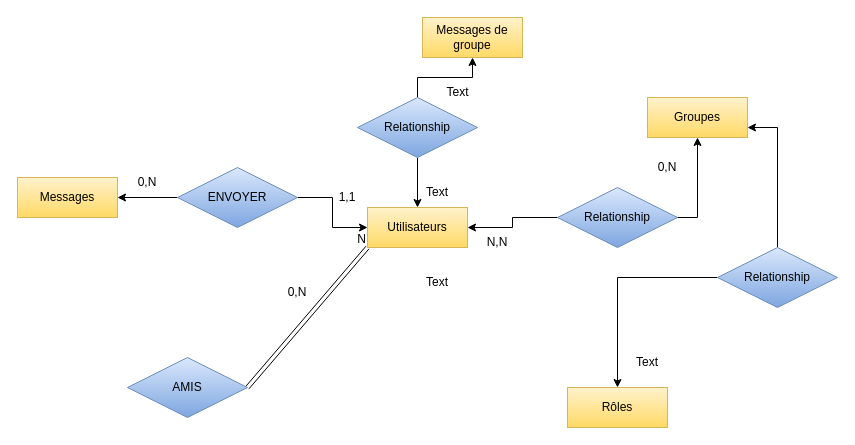
Before: Diagramme sans nom.drawio in vsilvanska/examen-info-2023, a draw.io diagram. Source tidied: cells renumbered, new cells numbered last; positions are measured from the earlier drawing's top-left corner, leaving out a move shared by most shapes. Both pictures are drawn from the tidied source at 100%, with x=0, y=0 at pixel (17, 17).
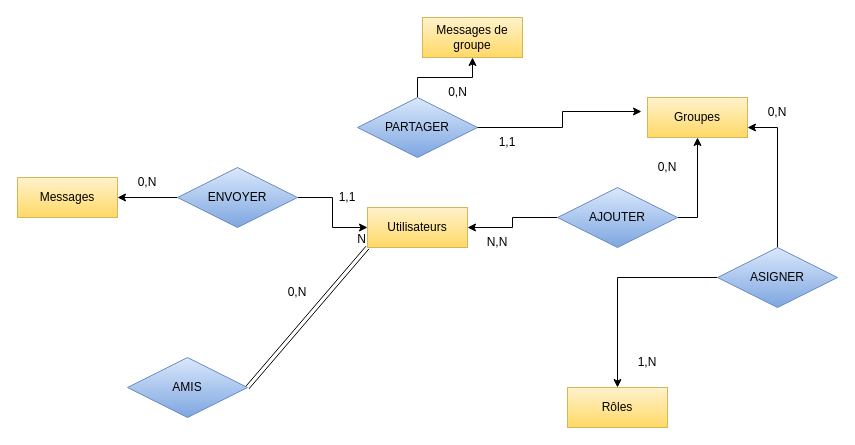
The same page after the edit.

Commit message:
Mettre à jour Diagramme sans nom.drawio

Unchanged cells that the change refers to:
```xml
<mxCell id="2" value="Utilisateurs" style="whiteSpace=wrap;html=1;align=center;fillColor=#fff2cc;strokeColor=#d6b656;gradientColor=#ffd966;" parent="1" vertex="1">
  <mxGeometry x="350" y="190" width="100" height="40" as="geometry" />
</mxCell>
<mxCell id="3" value="Groupes" style="whiteSpace=wrap;html=1;align=center;fillColor=#fff2cc;strokeColor=#d6b656;gradientColor=#ffd966;" parent="1" vertex="1">
  <mxGeometry x="630" y="80" width="100" height="40" as="geometry" />
</mxCell>
```

Change to the diagram source:
```diff
@@
-    <mxCell id="10" value="Relationship" style="shape=rhombus;perimeter=rhombusPerimeter;whiteSpace=wrap;html=1;align=center;fillColor=#dae8fc;strokeColor=#6c8ebf;gradientColor=#7ea6e0;" parent="1" vertex="1">
+    <mxCell id="10" value="ASIGNER" style="shape=rhombus;perimeter=rhombusPerimeter;whiteSpace=wrap;html=1;align=center;fillColor=#dae8fc;strokeColor=#6c8ebf;gradientColor=#7ea6e0;" parent="1" vertex="1">
       <mxGeometry x="700" y="230" width="120" height="60" as="geometry" />
     </mxCell>
@@
-    <mxCell id="13" value="Relationship" style="shape=rhombus;perimeter=rhombusPerimeter;whiteSpace=wrap;html=1;align=center;fillColor=#dae8fc;strokeColor=#6c8ebf;gradientColor=#7ea6e0;" parent="1" vertex="1">
+    <mxCell id="13" value="AJOUTER" style="shape=rhombus;perimeter=rhombusPerimeter;whiteSpace=wrap;html=1;align=center;fillColor=#dae8fc;strokeColor=#6c8ebf;gradientColor=#7ea6e0;" parent="1" vertex="1">
       <mxGeometry x="540" y="170" width="120" height="60" as="geometry" />
     </mxCell>
-    <mxCell id="14" style="edgeStyle=orthogonalEdgeStyle;rounded=0;jettySize=auto;html=1;exitX=0.5;exitY=1;exitDx=0;exitDy=0;entryX=0.5;entryY=0;entryDx=0;entryDy=0;" parent="1" edge="1" source="16" target="2">
-      <mxGeometry relative="1" as="geometry" />
-    </mxCell>
@@
-    <mxCell id="16" value="Relationship" style="shape=rhombus;perimeter=rhombusPerimeter;whiteSpace=wrap;html=1;align=center;fillColor=#dae8fc;strokeColor=#6c8ebf;gradientColor=#7ea6e0;" parent="1" vertex="1">
+    <mxCell id="16" value="PARTAGER" style="shape=rhombus;perimeter=rhombusPerimeter;whiteSpace=wrap;html=1;align=center;fillColor=#dae8fc;strokeColor=#6c8ebf;gradientColor=#7ea6e0;" parent="1" vertex="1">
       <mxGeometry x="340" y="80" width="120" height="60" as="geometry" />
     </mxCell>
@@
-    <mxCell id="20" value="Text" style="text;html=1;align=center;verticalAlign=middle;strokeColor=none;fillColor=none;" parent="1" vertex="1">
-      <mxGeometry x="415" y="60" width="50" height="30" as="geometry" />
+    <mxCell id="20" value="0,N" style="text;html=1;align=center;verticalAlign=middle;strokeColor=none;fillColor=none;" parent="1" vertex="1">
+      <mxGeometry x="420" y="60" width="40" height="30" as="geometry" />
     </mxCell>
-    <mxCell id="21" value="Text" style="text;html=1;strokeColor=none;fillColor=none;align=center;verticalAlign=middle;whiteSpace=wrap;rounded=0;" parent="1" vertex="1">
-      <mxGeometry x="390" y="250" width="60" height="30" as="geometry" />
+    <mxCell id="21" value="0,N" style="text;html=1;strokeColor=none;fillColor=none;align=center;verticalAlign=middle;whiteSpace=wrap;rounded=0;" parent="1" vertex="1">
+      <mxGeometry x="730" y="80" width="60" height="30" as="geometry" />
     </mxCell>
-    <mxCell id="22" value="Text" style="text;html=1;strokeColor=none;fillColor=none;align=center;verticalAlign=middle;whiteSpace=wrap;rounded=0;" parent="1" vertex="1">
+    <mxCell id="22" value="1,N" style="text;html=1;strokeColor=none;fillColor=none;align=center;verticalAlign=middle;whiteSpace=wrap;rounded=0;" parent="1" vertex="1">
       <mxGeometry x="600" y="330" width="60" height="30" as="geometry" />
     </mxCell>
@@
-    <mxCell id="26" value="Text" style="text;html=1;strokeColor=none;fillColor=none;align=center;verticalAlign=middle;whiteSpace=wrap;rounded=0;" parent="1" vertex="1">
-      <mxGeometry x="390" y="160" width="60" height="30" as="geometry" />
+    <mxCell id="26" value="1,1" style="text;html=1;strokeColor=none;fillColor=none;align=center;verticalAlign=middle;whiteSpace=wrap;rounded=0;" parent="1" vertex="1">
+      <mxGeometry x="460" y="110" width="60" height="30" as="geometry" />
     </mxCell>
@@
+    <mxCell id="31" style="edgeStyle=orthogonalEdgeStyle;rounded=0;jettySize=auto;html=1;exitX=1;exitY=0.5;exitDx=0;exitDy=0;entryX=-0.06;entryY=0.35;entryDx=0;entryDy=0;entryPerimeter=0;" parent="1" edge="1" source="16" target="3">
+      <mxGeometry relative="1" as="geometry" />
+    </mxCell>
```
